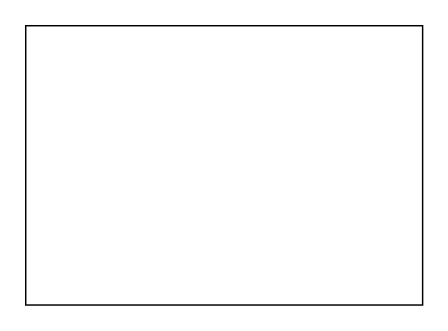
Before: 推荐八股.drawio in limpid-11/drawio, a draw.io diagram. Source tidied: cells renumbered, new cells numbered last; positions are measured from the earlier drawing's top-left corner, leaving out a move shared by most shapes. Both pictures are drawn from the tidied source at 147%, with x=0, y=0 at pixel (25, 25).
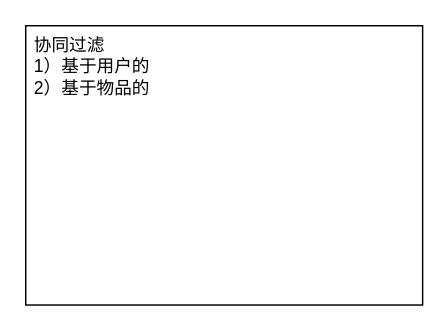
Above is the later version.

Commit message:
更新推荐八股.drawio

Change to the diagram source:
```diff
@@
 <mxGraphModel>
   <root>
     <mxCell id="0" />
     <mxCell id="1" parent="0" />
-    <mxCell id="2" style="rounded=0;whiteSpace=wrap;html=1;align=left;verticalAlign=top;spacingLeft=4;" parent="1" vertex="1">
+    <mxCell id="2" value="协同过滤&lt;div&gt;1）基于用户的&lt;/div&gt;&lt;div&gt;2）基于物品的&lt;/div&gt;" style="rounded=0;whiteSpace=wrap;html=1;align=left;verticalAlign=top;spacingLeft=4;" parent="1" vertex="1">
       <mxGeometry width="270" height="190" as="geometry" />
     </mxCell>
   </root>
 </mxGraphModel>
```
